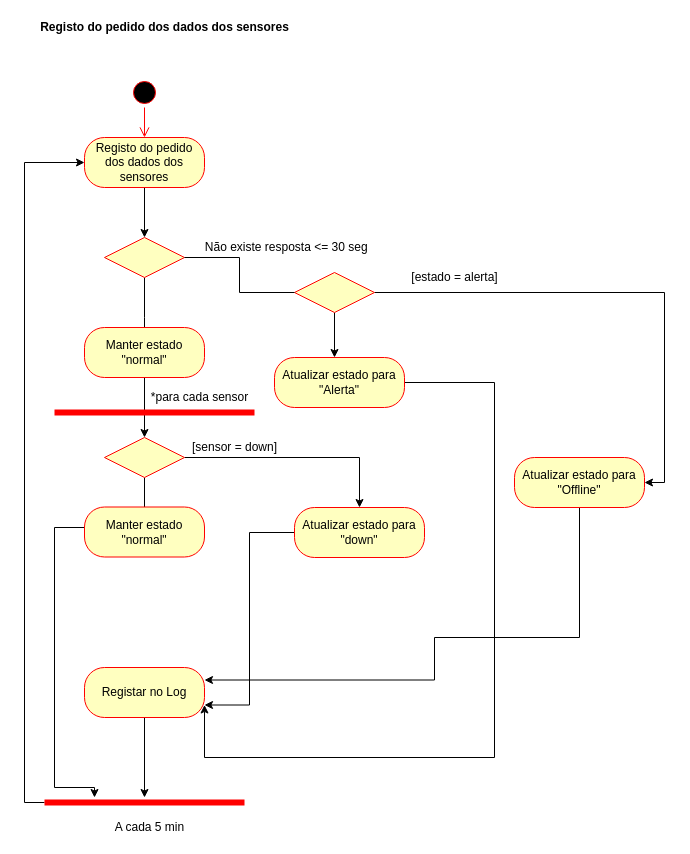
The draw.io diagram page "Diagrama de Atividades Globais" (9 of 9) of Diagrama de Atividades_Trabalho_final.drawio in cunhaestgv/Colheitas, before the edit. Source tidied: cells renumbered, new cells numbered last; positions are measured from the earlier drawing's top-left corner, leaving out a move shared by most shapes. Both pictures are drawn from the tidied source at 100%, with x=0, y=0 at pixel (24, 17).
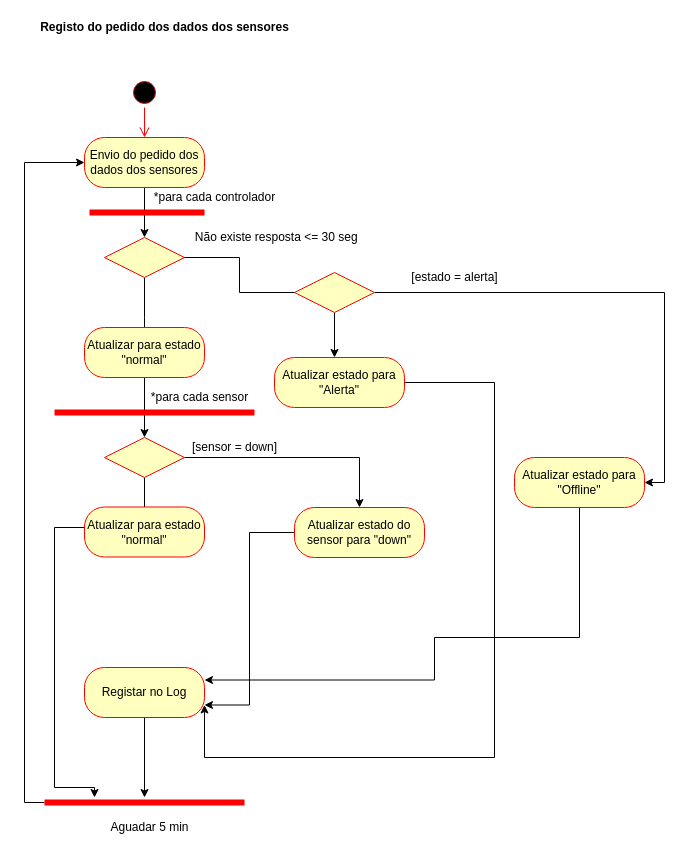
After the change.

The edit, as a diff of the source:
```diff
@@
-    <mxCell id="6" value="Registo do pedido dos dados dos sensores" style="rounded=1;whiteSpace=wrap;html=1;arcSize=40;fontColor=#000000;fillColor=#ffffc0;strokeColor=#ff0000;" parent="1" vertex="1">
+    <mxCell id="6" value="Envio do pedido dos dados dos sensores" style="rounded=1;whiteSpace=wrap;html=1;arcSize=40;fontColor=#000000;fillColor=#ffffc0;strokeColor=#ff0000;" parent="1" vertex="1">
       <mxGeometry x="60" y="120" width="120" height="50" as="geometry" />
     </mxCell>
@@
     <mxCell id="9" value="&amp;nbsp;Não existe resposta &amp;lt;= 30 seg" style="text;html=1;align=center;verticalAlign=middle;strokeColor=none;" parent="1" vertex="1">
-      <mxGeometry x="170" y="220" width="180" height="20" as="geometry" />
+      <mxGeometry x="160" y="210" width="180" height="20" as="geometry" />
     </mxCell>
@@
-    <mxCell id="20" value="Manter estado &quot;normal&quot;" style="rounded=1;whiteSpace=wrap;html=1;arcSize=40;fontColor=#000000;fillColor=#ffffc0;strokeColor=#ff0000;" parent="1" vertex="1">
+    <mxCell id="20" value="Atualizar para estado &quot;normal&quot;" style="rounded=1;whiteSpace=wrap;html=1;arcSize=40;fontColor=#000000;fillColor=#ffffc0;strokeColor=#ff0000;" parent="1" vertex="1">
       <mxGeometry x="60" y="310" width="120" height="50" as="geometry" />
     </mxCell>
@@
-    <mxCell id="25" value="Atualizar estado para &quot;down&quot;" style="rounded=1;whiteSpace=wrap;html=1;arcSize=40;fontColor=#000000;fillColor=#ffffc0;strokeColor=#ff0000;" parent="1" vertex="1">
+    <mxCell id="25" value="Atualizar estado do sensor para &quot;down&quot;" style="rounded=1;whiteSpace=wrap;html=1;arcSize=40;fontColor=#000000;fillColor=#ffffc0;strokeColor=#ff0000;" parent="1" vertex="1">
       <mxGeometry x="270" y="490" width="130" height="50" as="geometry" />
     </mxCell>
@@
-    <mxCell id="29" value="Manter estado &quot;normal&quot;" style="rounded=1;whiteSpace=wrap;html=1;arcSize=40;fontColor=#000000;fillColor=#ffffc0;strokeColor=#ff0000;" parent="1" vertex="1">
+    <mxCell id="29" value="Atualizar para estado &quot;normal&quot;" style="rounded=1;whiteSpace=wrap;html=1;arcSize=40;fontColor=#000000;fillColor=#ffffc0;strokeColor=#ff0000;" parent="1" vertex="1">
       <mxGeometry x="60" y="489.5" width="120" height="50" as="geometry" />
     </mxCell>
@@
-    <mxCell id="32" value="A cada 5 min" style="text;html=1;align=center;verticalAlign=middle;strokeColor=none;" parent="1" vertex="1">
+    <mxCell id="32" value="Aguadar 5 min" style="text;html=1;align=center;verticalAlign=middle;strokeColor=none;" parent="1" vertex="1">
       <mxGeometry x="80" y="800" width="90" height="20" as="geometry" />
     </mxCell>
@@
+    <mxCell id="35" style="shape=line;html=1;strokeWidth=6;strokeColor=#ff0000;" parent="1" vertex="1">
+      <mxGeometry x="65" y="190" width="115" height="10" as="geometry" />
+    </mxCell>
+    <mxCell id="36" value="*para cada controlador" style="text;html=1;align=center;verticalAlign=middle;strokeColor=none;" parent="1" vertex="1">
+      <mxGeometry x="120" y="170" width="140" height="20" as="geometry" />
+    </mxCell>
```
